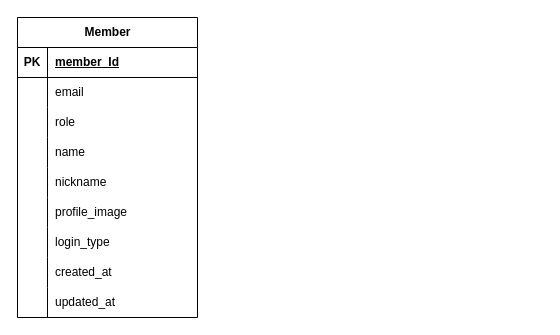
The draw.io diagram SessakBoriERD.drawio in 2025-All4Land-RideOn/ERD, before the edit. Source tidied: cells renumbered, new cells numbered last; positions are measured from the earlier drawing's top-left corner, leaving out a move shared by most shapes. Both pictures are drawn from the tidied source at 100%, with x=0, y=0 at pixel (17, 17).
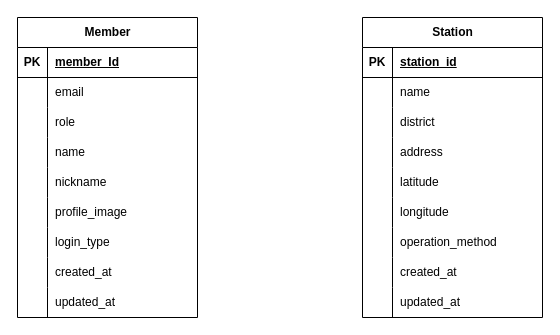
The same diagram, later.

Commit message:
docs: 자전거 대여소 테이블 추가

The edit, as a diff of the source:
```diff
@@
+    <mxCell id="30" value="Station" style="shape=table;startSize=30;childLayout=tableLayout;rowLines=0;fontStyle=1;align=center;html=1;" parent="1" vertex="1">
+      <mxGeometry x="345" width="180" height="300" as="geometry" />
+    </mxCell>
+    <mxCell id="31" style="shape=tableRow;horizontal=0;startSize=0;swimlaneHead=0;swimlaneBody=0;fillColor=none;top=0;left=0;right=0;bottom=1;" parent="30" vertex="1">
+      <mxGeometry y="30" width="180" height="30" as="geometry" />
+    </mxCell>
+    <mxCell id="32" value="PK" style="shape=partialRectangle;fillColor=none;top=0;left=0;bottom=0;right=0;fontStyle=1;overflow=hidden;whiteSpace=wrap;html=1;" parent="31" vertex="1">
+      <mxGeometry width="30" height="30" as="geometry" />
+    </mxCell>
+    <mxCell id="33" value="station_id" style="shape=partialRectangle;fillColor=none;top=0;left=0;bottom=0;right=0;align=left;spacingLeft=6;fontStyle=5;overflow=hidden;whiteSpace=wrap;html=1;" parent="31" vertex="1">
+      <mxGeometry x="30" width="150" height="30" as="geometry" />
+    </mxCell>
+    <mxCell id="34" style="shape=tableRow;horizontal=0;startSize=0;swimlaneHead=0;swimlaneBody=0;fillColor=none;top=0;left=0;right=0;bottom=0;" parent="30" vertex="1">
+      <mxGeometry y="60" width="180" height="30" as="geometry" />
+    </mxCell>
+    <mxCell id="35" style="shape=partialRectangle;fillColor=none;top=0;left=0;bottom=0;right=0;overflow=hidden;whiteSpace=wrap;html=1;" parent="34" vertex="1">
+      <mxGeometry width="30" height="30" as="geometry" />
+    </mxCell>
+    <mxCell id="36" value="name" style="shape=partialRectangle;fillColor=none;top=0;left=0;bottom=0;right=0;align=left;spacingLeft=6;overflow=hidden;whiteSpace=wrap;html=1;" parent="34" vertex="1">
+      <mxGeometry x="30" width="150" height="30" as="geometry" />
+    </mxCell>
+    <mxCell id="37" style="shape=tableRow;horizontal=0;startSize=0;swimlaneHead=0;swimlaneBody=0;fillColor=none;top=0;left=0;right=0;bottom=0;" parent="30" vertex="1">
+      <mxGeometry y="90" width="180" height="30" as="geometry" />
+    </mxCell>
+    <mxCell id="38" style="shape=partialRectangle;fillColor=none;top=0;left=0;bottom=0;right=0;overflow=hidden;whiteSpace=wrap;html=1;" parent="37" vertex="1">
+      <mxGeometry width="30" height="30" as="geometry" />
+    </mxCell>
+    <mxCell id="39" value="district" style="shape=partialRectangle;fillColor=none;top=0;left=0;bottom=0;right=0;align=left;spacingLeft=6;overflow=hidden;whiteSpace=wrap;html=1;" parent="37" vertex="1">
+      <mxGeometry x="30" width="150" height="30" as="geometry" />
+    </mxCell>
+    <mxCell id="40" style="shape=tableRow;horizontal=0;startSize=0;swimlaneHead=0;swimlaneBody=0;fillColor=none;top=0;left=0;right=0;bottom=0;" parent="30" vertex="1">
+      <mxGeometry y="120" width="180" height="30" as="geometry" />
+    </mxCell>
+    <mxCell id="41" style="shape=partialRectangle;fillColor=none;top=0;left=0;bottom=0;right=0;overflow=hidden;whiteSpace=wrap;html=1;" parent="40" vertex="1">
+      <mxGeometry width="30" height="30" as="geometry" />
+    </mxCell>
+    <mxCell id="42" value="address" style="shape=partialRectangle;fillColor=none;top=0;left=0;bottom=0;right=0;align=left;spacingLeft=6;overflow=hidden;whiteSpace=wrap;html=1;" parent="40" vertex="1">
+      <mxGeometry x="30" width="150" height="30" as="geometry" />
+    </mxCell>
+    <mxCell id="43" style="shape=tableRow;horizontal=0;startSize=0;swimlaneHead=0;swimlaneBody=0;fillColor=none;top=0;left=0;right=0;bottom=0;" parent="30" vertex="1">
+      <mxGeometry y="150" width="180" height="30" as="geometry" />
+    </mxCell>
+    <mxCell id="44" style="shape=partialRectangle;fillColor=none;top=0;left=0;bottom=0;right=0;overflow=hidden;whiteSpace=wrap;html=1;" parent="43" vertex="1">
+      <mxGeometry width="30" height="30" as="geometry" />
+    </mxCell>
+    <mxCell id="45" value="latitude" style="shape=partialRectangle;fillColor=none;top=0;left=0;bottom=0;right=0;align=left;spacingLeft=6;overflow=hidden;whiteSpace=wrap;html=1;" parent="43" vertex="1">
+      <mxGeometry x="30" width="150" height="30" as="geometry" />
+    </mxCell>
+    <mxCell id="46" style="shape=tableRow;horizontal=0;startSize=0;swimlaneHead=0;swimlaneBody=0;fillColor=none;top=0;left=0;right=0;bottom=0;" parent="30" vertex="1">
+      <mxGeometry y="180" width="180" height="30" as="geometry" />
+    </mxCell>
+    <mxCell id="47" style="shape=partialRectangle;fillColor=none;top=0;left=0;bottom=0;right=0;overflow=hidden;whiteSpace=wrap;html=1;" parent="46" vertex="1">
+      <mxGeometry width="30" height="30" as="geometry" />
+    </mxCell>
+    <mxCell id="48" value="longitude" style="shape=partialRectangle;fillColor=none;top=0;left=0;bottom=0;right=0;align=left;spacingLeft=6;overflow=hidden;whiteSpace=wrap;html=1;" parent="46" vertex="1">
+      <mxGeometry x="30" width="150" height="30" as="geometry" />
+    </mxCell>
+    <mxCell id="49" style="shape=tableRow;horizontal=0;startSize=0;swimlaneHead=0;swimlaneBody=0;fillColor=none;top=0;left=0;right=0;bottom=0;" parent="30" vertex="1">
+      <mxGeometry y="210" width="180" height="30" as="geometry" />
+    </mxCell>
+    <mxCell id="50" style="shape=partialRectangle;fillColor=none;top=0;left=0;bottom=0;right=0;overflow=hidden;whiteSpace=wrap;html=1;" parent="49" vertex="1">
+      <mxGeometry width="30" height="30" as="geometry" />
+    </mxCell>
+    <mxCell id="51" value="operation_method" style="shape=partialRectangle;fillColor=none;top=0;left=0;bottom=0;right=0;align=left;spacingLeft=6;overflow=hidden;whiteSpace=wrap;html=1;" parent="49" vertex="1">
+      <mxGeometry x="30" width="150" height="30" as="geometry" />
+    </mxCell>
+    <mxCell id="52" style="shape=tableRow;horizontal=0;startSize=0;swimlaneHead=0;swimlaneBody=0;fillColor=none;top=0;left=0;right=0;bottom=0;" parent="30" vertex="1">
+      <mxGeometry y="240" width="180" height="30" as="geometry" />
+    </mxCell>
+    <mxCell id="53" style="shape=partialRectangle;fillColor=none;top=0;left=0;bottom=0;right=0;overflow=hidden;whiteSpace=wrap;html=1;" parent="52" vertex="1">
+      <mxGeometry width="30" height="30" as="geometry" />
+    </mxCell>
+    <mxCell id="54" value="created_at" style="shape=partialRectangle;fillColor=none;top=0;left=0;bottom=0;right=0;align=left;spacingLeft=6;overflow=hidden;whiteSpace=wrap;html=1;" parent="52" vertex="1">
+      <mxGeometry x="30" width="150" height="30" as="geometry" />
+    </mxCell>
+    <mxCell id="55" style="shape=tableRow;horizontal=0;startSize=0;swimlaneHead=0;swimlaneBody=0;fillColor=none;top=0;left=0;right=0;bottom=0;" parent="30" vertex="1">
+      <mxGeometry y="270" width="180" height="30" as="geometry" />
+    </mxCell>
+    <mxCell id="56" style="shape=partialRectangle;fillColor=none;top=0;left=0;bottom=0;right=0;overflow=hidden;whiteSpace=wrap;html=1;" parent="55" vertex="1">
+      <mxGeometry width="30" height="30" as="geometry" />
+    </mxCell>
+    <mxCell id="57" value="updated_at" style="shape=partialRectangle;fillColor=none;top=0;left=0;bottom=0;right=0;align=left;spacingLeft=6;overflow=hidden;whiteSpace=wrap;html=1;" parent="55" vertex="1">
+      <mxGeometry x="30" width="150" height="30" as="geometry" />
+    </mxCell>
```
